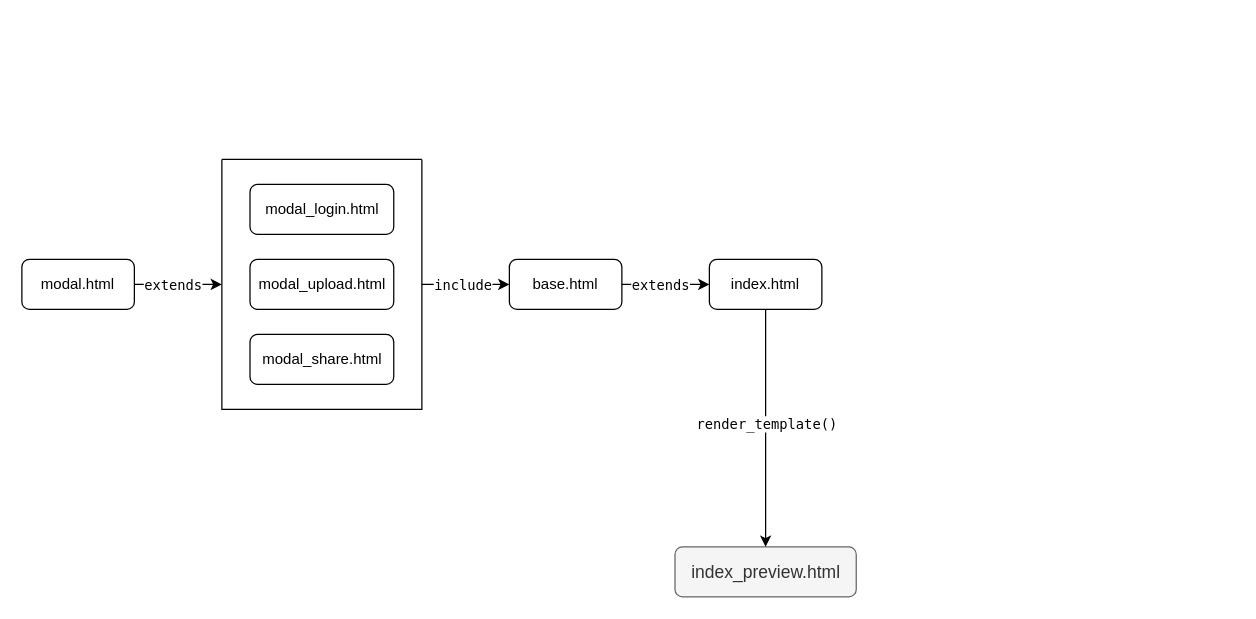
Kaichao-Zheng/CITS5505-GroupProject keeps this draw.io diagram as app/static/mockup/draw-io-file/SSR-flow_diagram .drawio. Above is the earlier version. Source tidied: cells renumbered, new cells numbered last; positions are measured from the earlier drawing's top-left corner, leaving out a move shared by most shapes. Both pictures are drawn from the tidied source at 125%, with x=0, y=0 at pixel (21, 159).
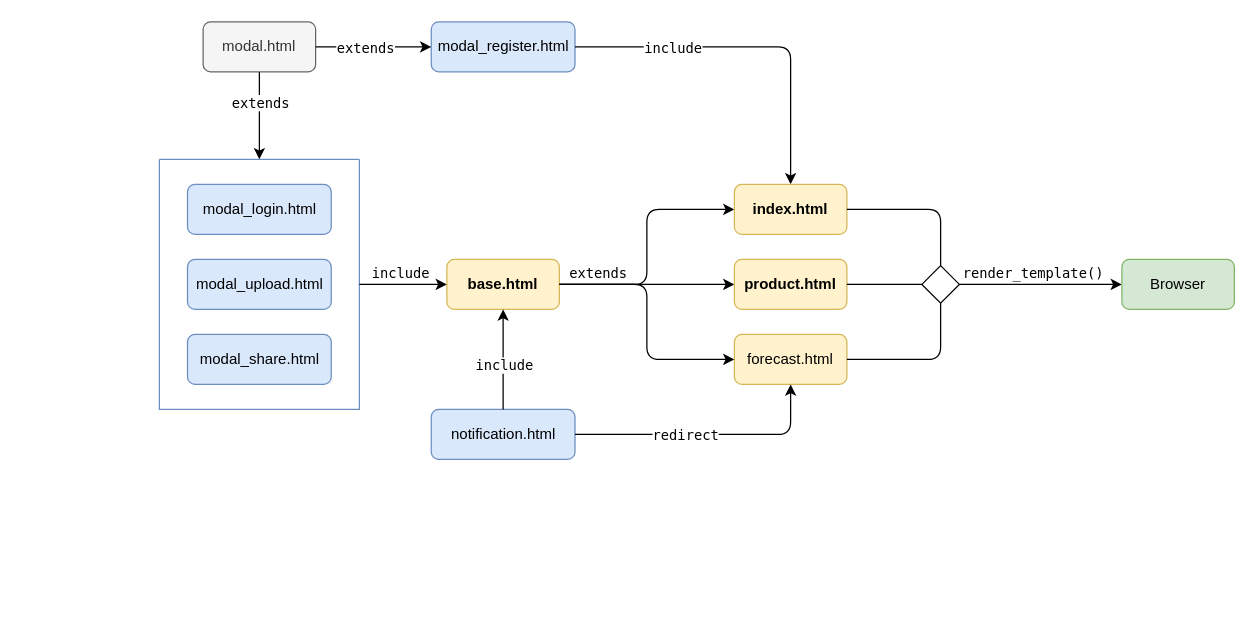
Above is the later version.

Diff of the diagram source:
```diff
@@
-    <mxCell id="2" value="modal.html" style="rounded=1;whiteSpace=wrap;html=1;" parent="1" vertex="1">
-      <mxGeometry y="80" width="90" height="40" as="geometry" />
+    <mxCell id="2" value="modal.html" style="rounded=1;whiteSpace=wrap;html=1;fillColor=#f5f5f5;fontColor=#333333;strokeColor=#666666;" parent="1" vertex="1">
+      <mxGeometry x="145" y="-110" width="90" height="40" as="geometry" />
     </mxCell>
-    <mxCell id="3" style="swimlane;startSize=0;" parent="1" vertex="1">
-      <mxGeometry x="160" width="160" height="200" as="geometry" />
+    <mxCell id="3" style="swimlane;startSize=0;fillColor=default;strokeColor=#6c8ebf;" parent="1" vertex="1">
+      <mxGeometry x="110" width="160" height="200" as="geometry" />
     </mxCell>
-    <mxCell id="4" value="modal_login.html" style="rounded=1;whiteSpace=wrap;html=1;" parent="3" vertex="1">
-      <mxGeometry x="22.5" y="20" width="115" height="40" as="geometry" />
-    </mxCell>
-    <mxCell id="5" value="modal_upload.html" style="rounded=1;whiteSpace=wrap;html=1;" parent="3" vertex="1">
-      <mxGeometry x="22.5" y="80" width="115" height="40" as="geometry" />
+    <mxCell id="5" value="modal_login.html" style="rounded=1;whiteSpace=wrap;html=1;fillColor=#dae8fc;strokeColor=#6c8ebf;" parent="3" vertex="1">
+      <mxGeometry x="22.5" y="20" width="115" height="40" as="geometry" />
     </mxCell>
-    <mxCell id="6" value="modal_share.html" style="rounded=1;whiteSpace=wrap;html=1;" parent="3" vertex="1">
-      <mxGeometry x="22.5" y="140" width="115" height="40" as="geometry" />
+    <mxCell id="6" value="modal_upload.html" style="rounded=1;whiteSpace=wrap;html=1;fillColor=#dae8fc;strokeColor=#6c8ebf;" parent="3" vertex="1">
+      <mxGeometry x="22.5" y="80" width="115" height="40" as="geometry" />
     </mxCell>
+    <mxCell id="18" value="modal_share.html" style="rounded=1;whiteSpace=wrap;html=1;fillColor=#dae8fc;strokeColor=#6c8ebf;" parent="3" vertex="1">
+      <mxGeometry x="22.5" y="140" width="115" height="40" as="geometry" />
+    </mxCell>
-    <mxCell id="7" style="endArrow=classic;html=1;rounded=0;" parent="1" edge="1" source="2" target="3">
+    <mxCell id="7" style="endArrow=classic;html=1;rounded=1;curved=0;" parent="1" edge="1" source="2" target="3">
       <mxGeometry relative="1" as="geometry" />
     </mxCell>
@@
-    <mxCell id="9" value="base.html" style="rounded=1;whiteSpace=wrap;html=1;" parent="1" vertex="1">
-      <mxGeometry x="390" y="80" width="90" height="40" as="geometry" />
+    <mxCell id="9" value="base.html" style="rounded=1;whiteSpace=wrap;html=1;fontStyle=1;fillColor=#fff2cc;strokeColor=#d6b656;" parent="1" vertex="1">
+      <mxGeometry x="340" y="80" width="90" height="40" as="geometry" />
     </mxCell>
-    <mxCell id="10" style="endArrow=classic;html=1;rounded=0;exitX=1;exitY=0.5;exitDx=0;exitDy=0;" parent="1" edge="1" source="3" target="9">
+    <mxCell id="10" style="endArrow=classic;html=1;rounded=1;exitX=1;exitY=0.5;exitDx=0;exitDy=0;curved=0;" parent="1" edge="1" source="3" target="9">
       <mxGeometry relative="1" as="geometry" />
     </mxCell>
     <mxCell id="11" value="include" style="edgeLabel;html=1;align=center;verticalAlign=middle;fontFamily=Lucida Console;" parent="10" vertex="1">
-      <mxGeometry x="-0.1" relative="1" as="geometry" />
+      <mxGeometry x="-0.1" relative="1" as="geometry">
+        <mxPoint y="-10" as="offset" />
+      </mxGeometry>
     </mxCell>
-    <mxCell id="12" value="index.html" style="rounded=1;whiteSpace=wrap;html=1;" parent="1" vertex="1">
-      <mxGeometry x="550" y="80" width="90" height="40" as="geometry" />
+    <mxCell id="12" value="&lt;span style=&quot;font-weight: normal;&quot;&gt;forecast.html&lt;/span&gt;" style="rounded=1;whiteSpace=wrap;html=1;fontStyle=1;fillColor=#fff2cc;strokeColor=#d6b656;" parent="1" vertex="1">
+      <mxGeometry x="570" y="140" width="90" height="40" as="geometry" />
     </mxCell>
-    <mxCell id="13" style="endArrow=classic;html=1;rounded=0;exitX=1;exitY=0.5;exitDx=0;exitDy=0;" parent="1" edge="1" source="9" target="12">
+    <mxCell id="13" style="endArrow=classic;html=1;rounded=1;curved=0;" parent="1" edge="1" source="9" target="25">
       <mxGeometry relative="1" as="geometry" />
     </mxCell>
     <mxCell id="14" value="extends" style="edgeLabel;html=1;align=center;verticalAlign=middle;fontFamily=Lucida Console;" parent="13" vertex="1">
       <mxGeometry x="-0.03" y="2" relative="1" as="geometry">
-        <mxPoint x="-4" y="2" as="offset" />
+        <mxPoint x="-38" y="-8" as="offset" />
       </mxGeometry>
     </mxCell>
-    <mxCell id="15" value="&lt;font style=&quot;font-size: 14px;&quot;&gt;index_preview.html&lt;/font&gt;" style="rounded=1;whiteSpace=wrap;html=1;fillColor=#f5f5f5;fontColor=#333333;strokeColor=#666666;" parent="1" vertex="1">
-      <mxGeometry x="522.5" y="310" width="145" height="40" as="geometry" />
-    </mxCell>
-    <mxCell id="16" style="endArrow=classic;html=1;rounded=0;" parent="1" edge="1" source="12" target="15">
+    <mxCell id="16" style="endArrow=classic;html=1;rounded=0;" parent="1" edge="1" source="30" target="34">
       <mxGeometry relative="1" as="geometry" />
     </mxCell>
     <mxCell id="17" value="&lt;font&gt;render_template()&lt;/font&gt;" style="edgeLabel;html=1;align=center;verticalAlign=middle;fontFamily=Lucida Console;" parent="16" vertex="1">
       <mxGeometry x="-0.07" y="2" relative="1" as="geometry">
-        <mxPoint x="-2" y="3" as="offset" />
+        <mxPoint x="-2" y="-8" as="offset" />
       </mxGeometry>
     </mxCell>
+    <mxCell id="4" value="modal_register.html" style="rounded=1;whiteSpace=wrap;html=1;fillColor=#dae8fc;strokeColor=#6c8ebf;" parent="1" vertex="1">
+      <mxGeometry x="327.5" y="-110" width="115" height="40" as="geometry" />
+    </mxCell>
+    <mxCell id="19" style="endArrow=classic;html=1;rounded=1;curved=0;" parent="1" edge="1" source="2" target="4">
+      <mxGeometry relative="1" as="geometry" />
+    </mxCell>
+    <mxCell id="20" value="extends" style="edgeLabel;html=1;align=center;verticalAlign=middle;fontFamily=Lucida Console;" parent="19" vertex="1">
+      <mxGeometry x="-0.23" y="-3" relative="1" as="geometry">
+        <mxPoint x="3" y="-3" as="offset" />
+      </mxGeometry>
+    </mxCell>
+    <mxCell id="21" style="endArrow=classic;html=1;rounded=1;edgeStyle=orthogonalEdgeStyle;curved=0;" parent="1" edge="1" source="4" target="24">
+      <mxGeometry relative="1" as="geometry" />
+    </mxCell>
+    <mxCell id="22" value="include" style="edgeLabel;html=1;align=center;verticalAlign=middle;fontFamily=Lucida Console;" parent="21" vertex="1">
+      <mxGeometry x="-0.1" relative="1" as="geometry">
+        <mxPoint x="-49" as="offset" />
+      </mxGeometry>
+    </mxCell>
+    <mxCell id="23" style="edgeStyle=elbowEdgeStyle;elbow=horizontal;endArrow=classic;html=1;curved=0;rounded=1;endSize=6;startSize=6;" parent="1" edge="1" source="9" target="24">
+      <mxGeometry relative="1" as="geometry" />
+    </mxCell>
+    <mxCell id="24" value="&lt;span style=&quot;font-weight: 700;&quot;&gt;index.html&lt;/span&gt;" style="rounded=1;whiteSpace=wrap;html=1;fillColor=#fff2cc;strokeColor=#d6b656;" parent="1" vertex="1">
+      <mxGeometry x="570" y="20" width="90" height="40" as="geometry" />
+    </mxCell>
+    <mxCell id="25" value="product.html" style="rounded=1;whiteSpace=wrap;html=1;fillColor=#fff2cc;strokeColor=#d6b656;fontStyle=1;" parent="1" vertex="1">
+      <mxGeometry x="570" y="80" width="90" height="40" as="geometry" />
+    </mxCell>
+    <mxCell id="26" style="edgeStyle=elbowEdgeStyle;elbow=horizontal;endArrow=classic;html=1;curved=0;rounded=1;endSize=6;startSize=6;" parent="1" edge="1" source="9" target="12">
+      <mxGeometry relative="1" as="geometry" />
+    </mxCell>
+    <mxCell id="27" value="notification.html" style="rounded=1;whiteSpace=wrap;html=1;fillColor=#dae8fc;strokeColor=#6c8ebf;" parent="1" vertex="1">
+      <mxGeometry x="327.5" y="200" width="115" height="40" as="geometry" />
+    </mxCell>
+    <mxCell id="28" style="endArrow=classic;html=1;rounded=1;curved=0;" parent="1" edge="1" source="27" target="9">
+      <mxGeometry relative="1" as="geometry" />
+    </mxCell>
+    <mxCell id="29" value="include" style="edgeLabel;html=1;align=center;verticalAlign=middle;fontFamily=Lucida Console;" parent="28" vertex="1">
+      <mxGeometry x="-0.1" relative="1" as="geometry" />
+    </mxCell>
+    <mxCell id="30" style="rhombus;whiteSpace=wrap;html=1;fillColor=none;" parent="1" vertex="1">
+      <mxGeometry x="720" y="85" width="30" height="30" as="geometry" />
+    </mxCell>
+    <mxCell id="31" style="endArrow=none;html=1;rounded=1;curved=0;" parent="1" edge="1" source="30" target="25">
+      <mxGeometry relative="1" as="geometry" />
+    </mxCell>
+    <mxCell id="32" style="endArrow=none;html=1;rounded=1;edgeStyle=orthogonalEdgeStyle;exitX=0.5;exitY=1;exitDx=0;exitDy=0;entryX=1;entryY=0.5;entryDx=0;entryDy=0;curved=0;" parent="1" edge="1" source="30" target="12">
+      <mxGeometry relative="1" as="geometry" />
+    </mxCell>
+    <mxCell id="33" style="endArrow=none;html=1;rounded=1;edgeStyle=orthogonalEdgeStyle;entryX=1;entryY=0.5;entryDx=0;entryDy=0;exitX=0.5;exitY=0;exitDx=0;exitDy=0;curved=0;" parent="1" edge="1" source="30" target="24">
+      <mxGeometry relative="1" as="geometry" />
+    </mxCell>
+    <mxCell id="34" value="&lt;span style=&quot;font-weight: normal;&quot;&gt;Browser&lt;/span&gt;" style="rounded=1;whiteSpace=wrap;html=1;fontStyle=1;fillColor=#d5e8d4;strokeColor=#82b366;" parent="1" vertex="1">
+      <mxGeometry x="880" y="80" width="90" height="40" as="geometry" />
+    </mxCell>
+    <mxCell id="35" style="endArrow=classic;html=1;rounded=1;edgeStyle=orthogonalEdgeStyle;curved=0;" parent="1" edge="1" source="27" target="12">
+      <mxGeometry relative="1" as="geometry" />
+    </mxCell>
+    <mxCell id="36" value="redirect" style="edgeLabel;html=1;align=center;verticalAlign=middle;fontFamily=Lucida Console;" parent="35" vertex="1">
+      <mxGeometry x="-0.1" relative="1" as="geometry">
+        <mxPoint x="-8" as="offset" />
+      </mxGeometry>
+    </mxCell>
```
